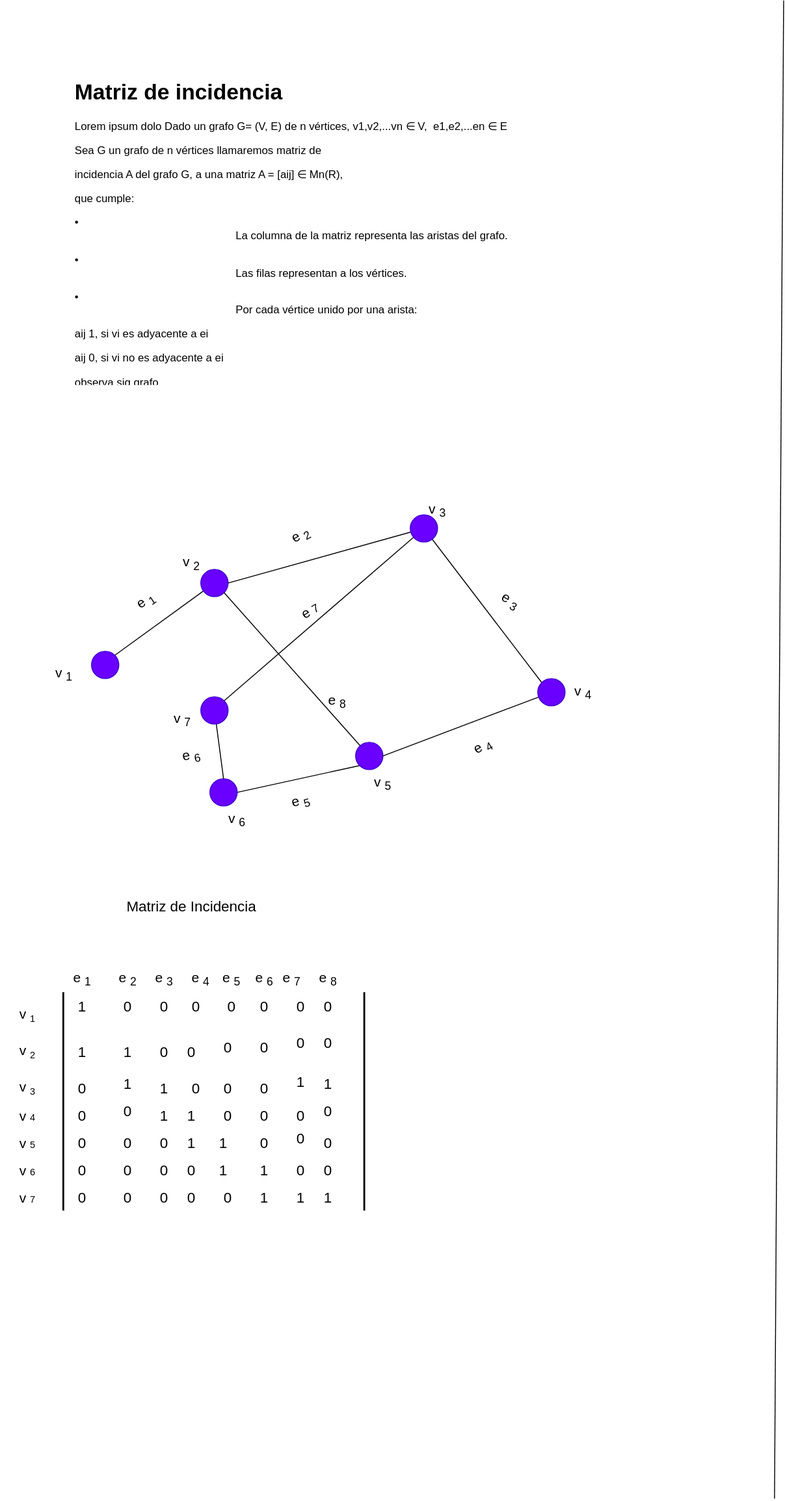
Nordcode-cyber/Algoritmos-Estructdatos keeps this draw.io diagram as Estructura-de-datos/Grafos/Matriz-Incidencia.drawio.svg. Above is the earlier version. Source tidied: cells renumbered, new cells last; positions are measured from the earlier drawing's top-left corner, leaving out a move shared by most shapes.
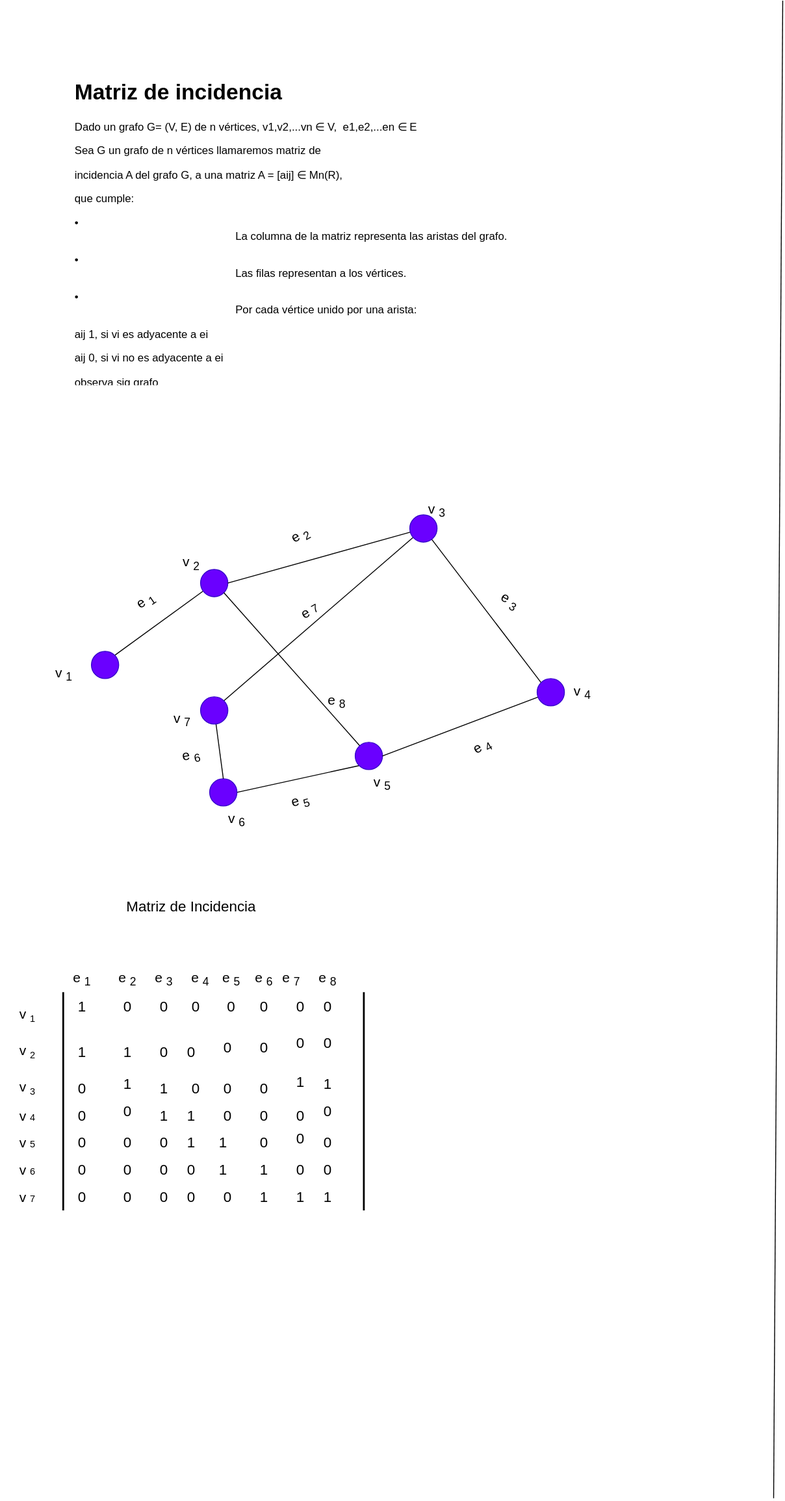
The same diagram one commit later.

Commit message:
matrix incident

Change to the diagram source:
```diff
@@ -98,7 +98,7 @@
         <mxPoint x="860" as="targetPoint" />
       </mxGeometry>
     </mxCell>
-    <mxCell id="33" value="&lt;h1 style=&quot;margin-top: 0px;&quot;&gt;Matriz de incidencia&lt;/h1&gt;&lt;p&gt;Lorem ipsum dolo&lt;span style=&quot;background-color: transparent;&quot;&gt;Dado un grafo G= (V, E) de n vértices, v1,v2,...vn ∈ V,&amp;nbsp; e1,e2,...en ∈ E&lt;/span&gt;&lt;/p&gt;&lt;p&gt;Sea G un grafo de n vértices llamaremos matriz de&lt;/p&gt;&lt;p&gt;&amp;nbsp;incidencia A del grafo G, a una matriz A = [aij] ∈ Mn(R),&amp;nbsp;&lt;/p&gt;&lt;p&gt;que cumple:&lt;/p&gt;&lt;p&gt;•&lt;span style=&quot;white-space:pre&quot;&gt;&#9;&lt;/span&gt;La columna de la matriz representa las aristas del grafo.&lt;/p&gt;&lt;p&gt;•&lt;span style=&quot;white-space:pre&quot;&gt;&#9;&lt;/span&gt;Las filas representan a los vértices.&lt;/p&gt;&lt;p&gt;•&lt;span style=&quot;white-space:pre&quot;&gt;&#9;&lt;/span&gt;Por cada vértice unido por una arista:&lt;/p&gt;&lt;p&gt;aij 1, si vi es adyacente a ei&lt;/p&gt;&lt;p&gt;aij 0, si vi no es adyacente a ei&lt;/p&gt;&lt;p&gt;observa sig grafo&lt;/p&gt;&lt;div&gt;&lt;br&gt;&lt;/div&gt;" style="text;html=1;whiteSpace=wrap;overflow=hidden;rounded=0;" parent="1" vertex="1">
+    <mxCell id="33" value="&lt;h1 style=&quot;margin-top: 0px;&quot;&gt;Matriz de incidencia&lt;/h1&gt;&lt;p&gt;&lt;span style=&quot;background-color: transparent;&quot;&gt;Dado un grafo G= (V, E) de n vértices, v1,v2,...vn ∈ V,&amp;nbsp; e1,e2,...en ∈ E&lt;/span&gt;&lt;/p&gt;&lt;p&gt;Sea G un grafo de n vértices llamaremos matriz de&lt;/p&gt;&lt;p&gt;&amp;nbsp;incidencia A del grafo G, a una matriz A = [aij] ∈ Mn(R),&amp;nbsp;&lt;/p&gt;&lt;p&gt;que cumple:&lt;/p&gt;&lt;p&gt;•&lt;span style=&quot;white-space:pre&quot;&gt;&#9;&lt;/span&gt;La columna de la matriz representa las aristas del grafo.&lt;/p&gt;&lt;p&gt;•&lt;span style=&quot;white-space:pre&quot;&gt;&#9;&lt;/span&gt;Las filas representan a los vértices.&lt;/p&gt;&lt;p&gt;•&lt;span style=&quot;white-space:pre&quot;&gt;&#9;&lt;/span&gt;Por cada vértice unido por una arista:&lt;/p&gt;&lt;p&gt;aij 1, si vi es adyacente a ei&lt;/p&gt;&lt;p&gt;aij 0, si vi no es adyacente a ei&lt;/p&gt;&lt;p&gt;observa sig grafo&lt;/p&gt;&lt;div&gt;&lt;br&gt;&lt;/div&gt;" style="text;html=1;whiteSpace=wrap;overflow=hidden;rounded=0;" parent="1" vertex="1">
       <mxGeometry x="80" y="80" width="620" height="340" as="geometry" />
     </mxCell>
     <mxCell id="34" style="endArrow=none;html=1;strokeWidth=2;" parent="1" edge="1">
```
